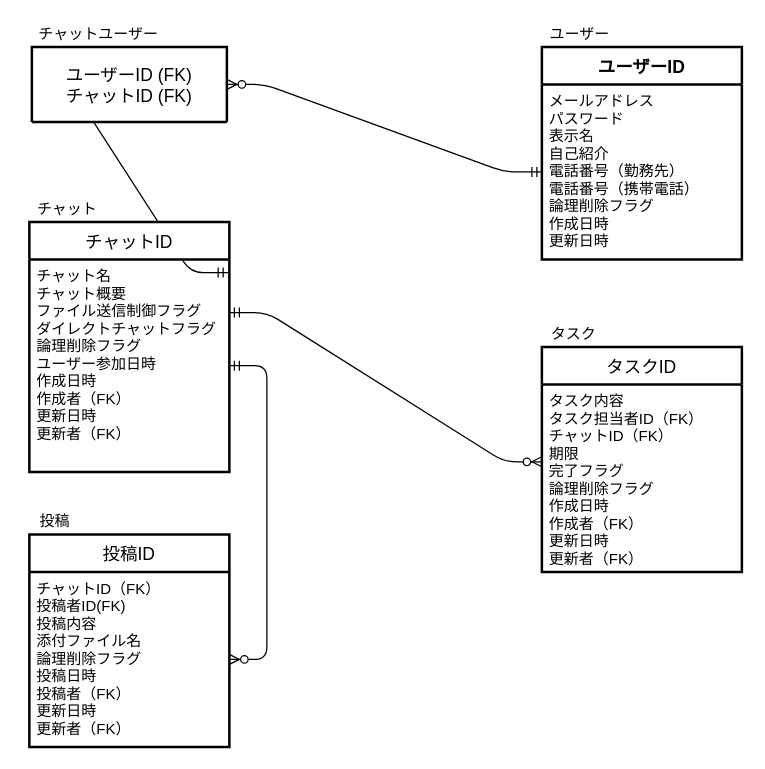
The draw.io diagram db/db-challenge1/db-challenge1.drawio in labotinc/quelcode-db, before the edit. Source tidied: cells renumbered, new cells numbered last; positions are measured from the earlier drawing's top-left corner, leaving out a move shared by most shapes. Both pictures are drawn from the tidied source at 125%, with x=0, y=0 at pixel (29, 21).
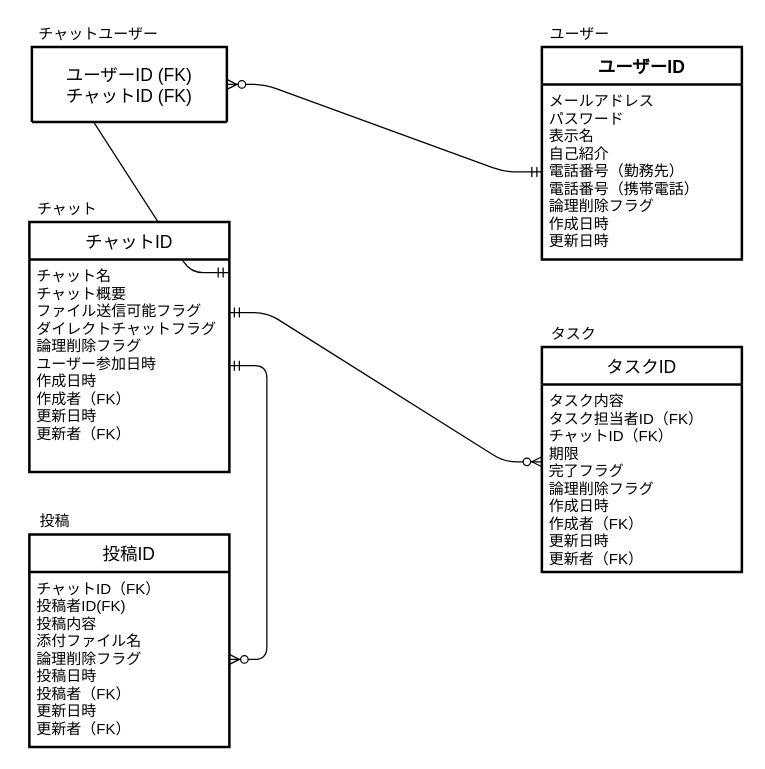
The same diagram, later.

Commit message:
ファイル送信制御フラグ→ファイル送信可能フラグへのへの変更

What changed in the source:
```diff
@@
 <mxGraphModel>
   <root>
     <mxCell id="0" />
     <mxCell id="1" parent="0" />
     <mxCell id="2" style="edgeStyle=entityRelationEdgeStyle;fontSize=12;html=1;endArrow=ERzeroToMany;startArrow=ERmandOne;" parent="1" edge="1" source="17" target="7">
       <mxGeometry relative="1" as="geometry" />
     </mxCell>
     <mxCell id="3" style="edgeStyle=entityRelationEdgeStyle;fontSize=12;html=1;endArrow=ERoneToMany;startArrow=ERmandOne;entryX=0;entryY=0.5;entryDx=0;entryDy=0;exitX=0.994;exitY=0.062;exitDx=0;exitDy=0;exitPerimeter=0;" parent="1" edge="1" source="5" target="7">
       <mxGeometry relative="1" as="geometry" />
     </mxCell>
     <mxCell id="4" value="チャットID" style="swimlane;horizontal=1;startSize=30;rounded=1;fontSize=14;fontStyle=0;strokeWidth=2;shadow=0;dashed=0;align=center;arcSize=0;" parent="1" vertex="1">
       <mxGeometry y="160" width="160" height="200" as="geometry" />
     </mxCell>
-    <mxCell id="5" value="チャット名&#10;チャット概要&#10;ファイル送信制御フラグ&#10;ダイレクトチャットフラグ&#10;論理削除フラグ&#10;ユーザー参加日時&#10;作成日時&#10;作成者（FK）&#10;更新日時&#10;更新者（FK）" style="align=left;strokeColor=none;fillColor=none;spacingLeft=4;fontSize=12;verticalAlign=top;" parent="4" vertex="1">
+    <mxCell id="5" value="チャット名&#10;チャット概要&#10;ファイル送信可能フラグ&#10;ダイレクトチャットフラグ&#10;論理削除フラグ&#10;ユーザー参加日時&#10;作成日時&#10;作成者（FK）&#10;更新日時&#10;更新者（FK）" style="align=left;strokeColor=none;fillColor=none;spacingLeft=4;fontSize=12;verticalAlign=top;" parent="4" vertex="1">
       <mxGeometry y="30" width="160" height="170" as="geometry" />
     </mxCell>
     <mxCell id="6" style="edgeStyle=entityRelationEdgeStyle;fontSize=12;html=1;endArrow=ERzeroToMany;startArrow=ERmandOne;" parent="1" edge="1" source="5" target="15">
       <mxGeometry relative="1" as="geometry" />
     </mxCell>
     <mxCell id="7" value="ユーザーID (FK)&#10;チャットID (FK)" style="swimlane;horizontal=1;startSize=120;rounded=1;fontSize=14;fontStyle=0;strokeWidth=2;shadow=0;dashed=0;align=center;arcSize=0;" parent="1" vertex="1">
       <mxGeometry x="2" y="20" width="156" height="60" as="geometry" />
     </mxCell>
     <mxCell id="8" value="ユーザー" style="text;html=1;align=center;verticalAlign=middle;" parent="1" vertex="1">
       <mxGeometry x="410" width="60" height="20" as="geometry" />
     </mxCell>
     <mxCell id="9" value="投稿" style="text;html=1;align=center;verticalAlign=middle;" parent="1" vertex="1">
       <mxGeometry y="390" width="40" height="20" as="geometry" />
     </mxCell>
     <mxCell id="10" value="チャット" style="text;html=1;align=center;verticalAlign=middle;" parent="1" vertex="1">
       <mxGeometry y="140" width="60" height="20" as="geometry" />
     </mxCell>
     <mxCell id="11" value="チャットユーザー" style="text;html=1;align=center;verticalAlign=middle;" parent="1" vertex="1">
       <mxGeometry width="110" height="20" as="geometry" />
     </mxCell>
     <mxCell id="12" value="タスク" style="text;html=1;align=center;verticalAlign=middle;" parent="1" vertex="1">
       <mxGeometry x="410" y="240" width="50" height="20" as="geometry" />
     </mxCell>
     <mxCell id="13" style="edgeStyle=entityRelationEdgeStyle;fontSize=12;html=1;endArrow=ERzeroToMany;startArrow=ERmandOne;entryX=0;entryY=0.413;entryDx=0;entryDy=0;entryPerimeter=0;exitX=1;exitY=0.25;exitDx=0;exitDy=0;" parent="1" edge="1" source="5" target="19">
       <mxGeometry relative="1" as="geometry" />
     </mxCell>
     <mxCell id="14" value="投稿ID" style="swimlane;horizontal=1;startSize=30;rounded=1;fontSize=14;fontStyle=0;strokeWidth=2;shadow=0;dashed=0;align=center;arcSize=0;" parent="1" vertex="1">
       <mxGeometry y="410" width="160" height="170" as="geometry" />
     </mxCell>
     <mxCell id="15" value="チャットID（FK）&#10;投稿者ID(FK)&#10;投稿内容&#10;添付ファイル名&#10;論理削除フラグ&#10;投稿日時&#10;投稿者（FK）&#10;更新日時&#10;更新者（FK）" style="align=left;strokeColor=none;fillColor=none;spacingLeft=4;fontSize=12;verticalAlign=top;" parent="14" vertex="1">
       <mxGeometry y="30" width="160" height="140" as="geometry" />
     </mxCell>
     <mxCell id="16" value="ユーザーID" style="swimlane;horizontal=1;startSize=30;rounded=1;fontSize=14;fontStyle=1;strokeWidth=2;shadow=0;dashed=0;align=center;arcSize=0;" parent="1" vertex="1">
       <mxGeometry x="410" y="20" width="160" height="170" as="geometry" />
     </mxCell>
     <mxCell id="17" value="メールアドレス&#10;パスワード&#10;表示名&#10;自己紹介&#10;電話番号（勤務先）&#10;電話番号（携帯電話）&#10;論理削除フラグ&#10;作成日時&#10;更新日時&#10;" style="align=left;strokeColor=none;fillColor=none;spacingLeft=4;fontSize=12;verticalAlign=top;" parent="16" vertex="1">
       <mxGeometry y="30" width="160" height="140" as="geometry" />
     </mxCell>
     <mxCell id="18" value="タスクID" style="swimlane;horizontal=1;startSize=30;rounded=1;fontSize=14;fontStyle=0;strokeWidth=2;shadow=0;dashed=0;align=center;arcSize=0;" parent="1" vertex="1">
       <mxGeometry x="410" y="260" width="160" height="180" as="geometry" />
     </mxCell>
     <mxCell id="19" value="タスク内容&#10;タスク担当者ID（FK）&#10;チャットID（FK）&#10;期限&#10;完了フラグ&#10;論理削除フラグ&#10;作成日時&#10;作成者（FK）&#10;更新日時&#10;更新者（FK）&#10;" style="align=left;strokeColor=none;fillColor=none;spacingLeft=4;fontSize=12;verticalAlign=top;" parent="18" vertex="1">
       <mxGeometry y="30" width="160" height="150" as="geometry" />
     </mxCell>
   </root>
 </mxGraphModel>
```
